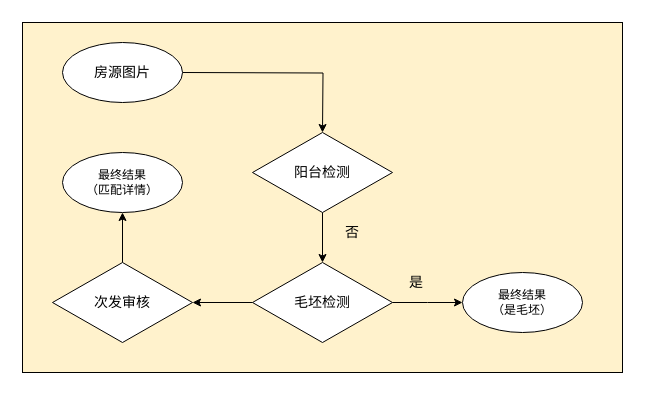
The draw.io diagram pic_vs_picorvideo.drawio in qwerty200696/hello-world, before the edit. Source tidied: cells renumbered, new cells numbered last; positions are measured from the earlier drawing's top-left corner, leaving out a move shared by most shapes. Both pictures are drawn from the tidied source at 100%, with x=0, y=0 at pixel (22, 22).
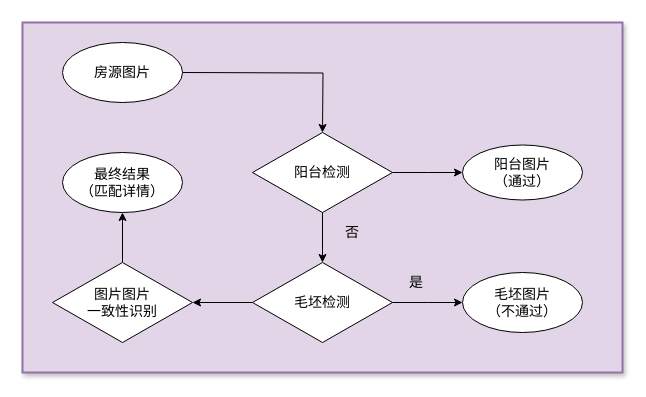
The same page after the edit.

The change refers to these unchanged cells:
```xml
<mxCell id="5" value="&lt;font style=&quot;font-size: 14px&quot;&gt;阳台检测&lt;/font&gt;" style="rhombus;whiteSpace=wrap;html=1;" parent="1" vertex="1">
  <mxGeometry x="230" y="110" width="140" height="80" as="geometry" />
</mxCell>
```

Change to the diagram source:
```diff
@@
-    <mxCell id="2" style="rounded=0;whiteSpace=wrap;html=1;fillColor=#FFF2CC;" parent="1" vertex="1">
+    <mxCell id="2" style="rounded=0;whiteSpace=wrap;html=1;fillColor=#e1d5e7;strokeColor=#9673a6;strokeWidth=2;perimeterSpacing=1;shadow=1;glass=0;sketch=0;" parent="1" vertex="1">
       <mxGeometry width="600" height="350" as="geometry" />
     </mxCell>
@@
+    <mxCell id="16" style="edgeStyle=orthogonalEdgeStyle;rounded=0;jettySize=auto;html=1;exitX=1;exitY=0.5;exitDx=0;exitDy=0;entryX=0;entryY=0.5;entryDx=0;entryDy=0;" parent="1" edge="1" source="5">
+      <mxGeometry relative="1" as="geometry">
+        <mxPoint x="440" y="150" as="targetPoint" />
+      </mxGeometry>
+    </mxCell>
@@
-    <mxCell id="11" value="最终结果&lt;br&gt;（是毛坯）" style="ellipse;whiteSpace=wrap;html=1;" parent="1" vertex="1">
+    <mxCell id="11" value="&lt;font style=&quot;font-size: 14px&quot;&gt;毛坯图片&lt;br&gt;（不通过）&lt;/font&gt;" style="ellipse;whiteSpace=wrap;html=1;" parent="1" vertex="1">
       <mxGeometry x="440" y="250" width="120" height="60" as="geometry" />
     </mxCell>
@@
-    <mxCell id="14" value="&lt;span style=&quot;font-size: 14px&quot;&gt;次发审核&lt;/span&gt;" style="rhombus;whiteSpace=wrap;html=1;" parent="1" vertex="1">
+    <mxCell id="14" value="&lt;span style=&quot;font-size: 14px&quot;&gt;图片图片&lt;br&gt;一致性识别&lt;/span&gt;" style="rhombus;whiteSpace=wrap;html=1;" parent="1" vertex="1">
       <mxGeometry x="30" y="240" width="140" height="80" as="geometry" />
     </mxCell>
-    <mxCell id="15" value="最终结果&lt;br&gt;（匹配详情）" style="ellipse;whiteSpace=wrap;html=1;" parent="1" vertex="1">
+    <mxCell id="15" value="&lt;font style=&quot;font-size: 14px&quot;&gt;最终结果&lt;br&gt;（匹配详情）&lt;/font&gt;" style="ellipse;whiteSpace=wrap;html=1;" parent="1" vertex="1">
       <mxGeometry x="40" y="130" width="120" height="60" as="geometry" />
     </mxCell>
+    <mxCell id="17" value="&lt;font style=&quot;font-size: 14px&quot;&gt;&lt;span&gt;阳台图片&lt;/span&gt;&lt;br&gt;&lt;span&gt;（通过）&lt;/span&gt;&lt;/font&gt;" style="ellipse;whiteSpace=wrap;html=1;" parent="1" vertex="1">
+      <mxGeometry x="440" y="122.5" width="120" height="55" as="geometry" />
+    </mxCell>
```
